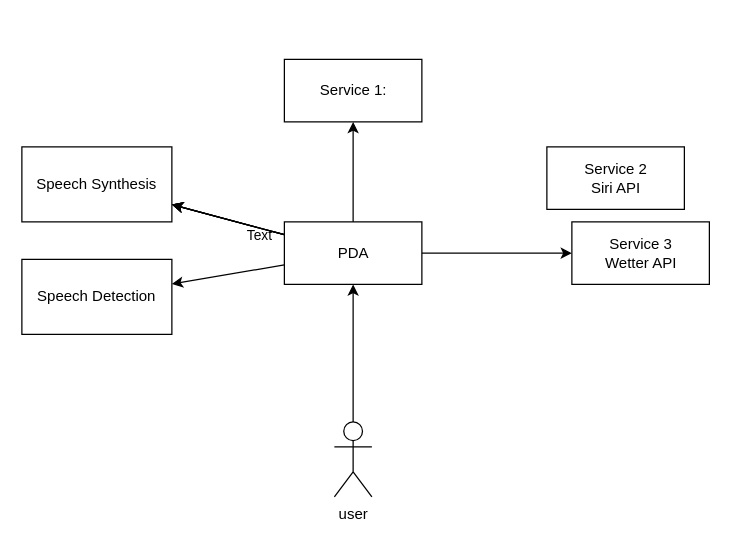
Before: diagram.drawio in tina-hoeflich/personal-digital-agent, a draw.io diagram. Source tidied: cells renumbered, new cells numbered last; positions are measured from the earlier drawing's top-left corner, leaving out a move shared by most shapes. Both pictures are drawn from the tidied source at 125%, with x=0, y=0 at pixel (21, 59).
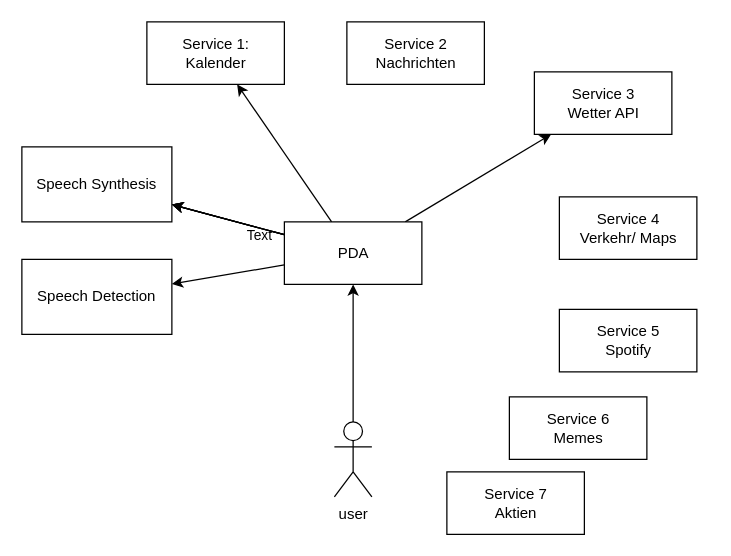
After the change.

What changed in the source:
```diff
@@
-    <mxCell id="13" value="Service 2&lt;br&gt;Siri API" style="html=1;" parent="1" vertex="1">
-      <mxGeometry x="420" y="70" width="110" height="50" as="geometry" />
+    <mxCell id="13" value="Service 2&lt;br&gt;Nachrichten" style="html=1;" parent="1" vertex="1">
+      <mxGeometry x="260" y="-30" width="110" height="50" as="geometry" />
     </mxCell>
     <mxCell id="14" value="Service 3&lt;br&gt;Wetter API" style="html=1;" parent="1" vertex="1">
-      <mxGeometry x="440" y="130" width="110" height="50" as="geometry" />
+      <mxGeometry x="410" y="10" width="110" height="50" as="geometry" />
     </mxCell>
-    <mxCell id="15" value="Service 1:&lt;br&gt;" style="html=1;" parent="1" vertex="1">
-      <mxGeometry x="210" width="110" height="50" as="geometry" />
+    <mxCell id="15" value="Service 1:&lt;br&gt;Kalender" style="html=1;" parent="1" vertex="1">
+      <mxGeometry x="100" y="-30" width="110" height="50" as="geometry" />
     </mxCell>
@@
+    <mxCell id="18" value="Service 4&lt;br&gt;Verkehr/ Maps" style="html=1;" parent="1" vertex="1">
+      <mxGeometry x="430" y="110" width="110" height="50" as="geometry" />
+    </mxCell>
+    <mxCell id="19" value="Service 5&lt;br&gt;Spotify" style="html=1;" parent="1" vertex="1">
+      <mxGeometry x="430" y="200" width="110" height="50" as="geometry" />
+    </mxCell>
+    <mxCell id="20" value="Service 6&lt;br&gt;Memes" style="html=1;" parent="1" vertex="1">
+      <mxGeometry x="390" y="270" width="110" height="50" as="geometry" />
+    </mxCell>
+    <mxCell id="21" value="Service 7&lt;br&gt;Aktien" style="html=1;" parent="1" vertex="1">
+      <mxGeometry x="340" y="330" width="110" height="50" as="geometry" />
+    </mxCell>
```
